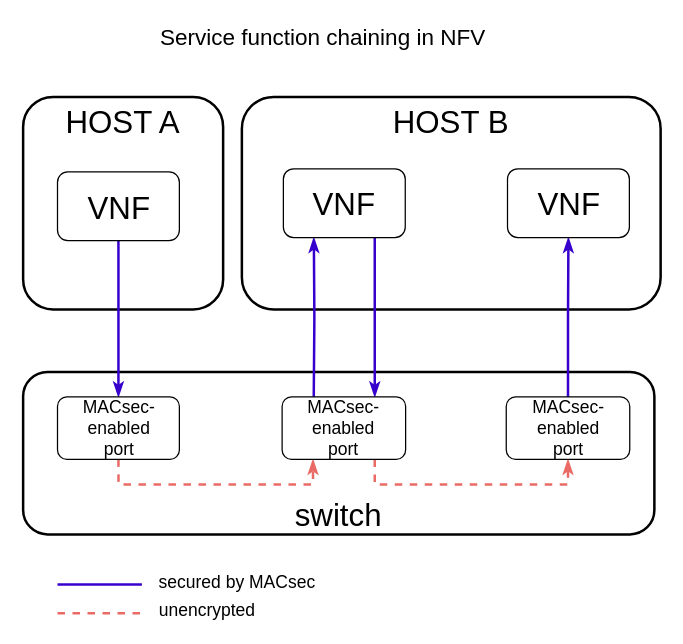
Above: drawio/maser_article_use_case.drawio in ignaziopedone/drawio (draw.io), before the change. Source tidied: cells renumbered, new cells numbered last; positions are measured from the earlier drawing's top-left corner, leaving out a move shared by most shapes. Both pictures are drawn from the tidied source at 125%, with x=0, y=0 at pixel (22, 21).
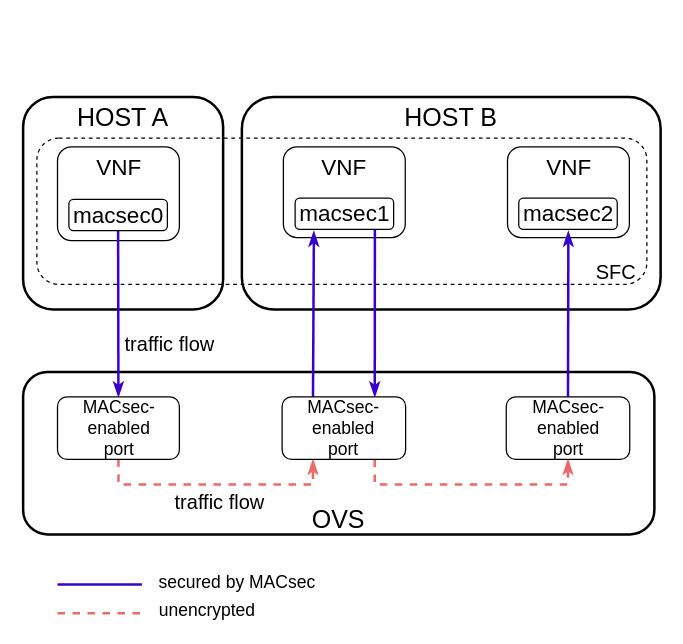
Above is the later version.

Unchanged cells that the change refers to:
```xml
<mxCell id="10" value="MACsec-enabled&lt;br&gt;port" style="rounded=1;whiteSpace=wrap;html=1;fontSize=14;flipH=1;" parent="1" vertex="1">
  <mxGeometry x="27.5" y="300" width="97.5" height="50" as="geometry" />
</mxCell>
<mxCell id="15" value="MACsec-enabled&lt;br&gt;port" style="rounded=1;whiteSpace=wrap;html=1;fontSize=14;flipH=1;" parent="1" vertex="1">
  <mxGeometry x="207.2" y="300" width="98.8" height="50" as="geometry" />
</mxCell>
<mxCell id="17" value="MACsec-enabled&lt;br&gt;port" style="rounded=1;whiteSpace=wrap;html=1;fontSize=14;flipH=1;" parent="1" vertex="1">
  <mxGeometry x="386.5" y="300" width="98.8" height="50" as="geometry" />
</mxCell>
```

Change to the diagram source:
```diff
@@
+    <mxCell id="7" value="VNF" style="rounded=1;whiteSpace=wrap;html=1;fontSize=18;verticalAlign=top;" parent="1" vertex="1">
+      <mxGeometry x="27.5" y="100" width="97.5" height="75" as="geometry" />
+    </mxCell>
+    <mxCell id="14" value="VNF" style="rounded=1;whiteSpace=wrap;html=1;fontSize=18;verticalAlign=top;" parent="1" vertex="1">
+      <mxGeometry x="208.2" y="100" width="97.5" height="72.5" as="geometry" />
+    </mxCell>
+    <mxCell id="16" value="VNF" style="rounded=1;whiteSpace=wrap;html=1;fontSize=18;verticalAlign=top;" parent="1" vertex="1">
+      <mxGeometry x="387.5" y="100" width="97.5" height="72.5" as="geometry" />
+    </mxCell>
-    <mxCell id="2" value="HOST B" style="rounded=1;whiteSpace=wrap;html=1;fontSize=25;strokeWidth=2;spacing=0;spacingBottom=0;fillColor=none;verticalAlign=top;" parent="1" vertex="1">
+    <mxCell id="2" value="HOST B" style="rounded=1;whiteSpace=wrap;html=1;fontSize=20;strokeWidth=2;spacing=0;spacingBottom=0;fillColor=none;verticalAlign=top;" parent="1" vertex="1">
       <mxGeometry x="175" y="60" width="335" height="170" as="geometry" />
     </mxCell>
-    <mxCell id="3" value="HOST A" style="rounded=1;whiteSpace=wrap;html=1;fontSize=25;strokeWidth=2;spacing=0;spacingBottom=0;fillColor=none;verticalAlign=top;" parent="1" vertex="1">
+    <mxCell id="3" value="HOST A" style="rounded=1;whiteSpace=wrap;html=1;fontSize=20;strokeWidth=2;spacing=0;spacingBottom=0;fillColor=none;verticalAlign=top;" parent="1" vertex="1">
       <mxGeometry y="60" width="160" height="170" as="geometry" />
     </mxCell>
-    <mxCell id="4" value="switch" style="rounded=1;whiteSpace=wrap;html=1;fontSize=25;strokeWidth=2;spacing=0;spacingBottom=0;verticalAlign=bottom;" parent="1" vertex="1">
+    <mxCell id="4" value="OVS" style="rounded=1;whiteSpace=wrap;html=1;fontSize=20;strokeWidth=2;spacing=0;spacingBottom=0;verticalAlign=bottom;" parent="1" vertex="1">
       <mxGeometry y="280" width="505" height="130" as="geometry" />
     </mxCell>
-    <mxCell id="5" style="edgeStyle=orthogonalEdgeStyle;rounded=0;jettySize=auto;html=1;exitX=0.75;exitY=1;exitDx=0;exitDy=0;entryX=0.75;entryY=0;entryDx=0;entryDy=0;startArrow=none;startFill=0;endArrow=classicThin;endFill=1;strokeColor=#3700CC;strokeWidth=2;fontSize=14;fillColor=#6a00ff;" parent="1" edge="1" source="14" target="15">
-      <mxGeometry relative="1" as="geometry" />
+    <mxCell id="5" style="rounded=0;jettySize=auto;html=1;exitX=0.75;exitY=1;exitDx=0;exitDy=0;startArrow=none;startFill=0;endArrow=classicThin;endFill=1;strokeColor=#3700CC;strokeWidth=2;fontSize=14;fillColor=#6a00ff;entryX=0.75;entryY=0;entryDx=0;entryDy=0;" parent="1" edge="1" target="15">
+      <mxGeometry relative="1" as="geometry">
+        <mxPoint x="281.4" y="166.5" as="sourcePoint" />
+      </mxGeometry>
     </mxCell>
-    <mxCell id="6" style="edgeStyle=orthogonalEdgeStyle;rounded=0;jettySize=auto;html=1;exitX=0.5;exitY=1;exitDx=0;exitDy=0;entryX=0.5;entryY=0;entryDx=0;entryDy=0;startArrow=none;startFill=0;endArrow=classicThin;endFill=1;strokeColor=#3700CC;strokeWidth=2;fontSize=14;fillColor=#6a00ff;" parent="1" edge="1" source="7" target="10">
+    <mxCell id="6" style="rounded=0;jettySize=auto;html=1;exitX=0.5;exitY=1;exitDx=0;exitDy=0;entryX=0.5;entryY=0;entryDx=0;entryDy=0;startArrow=none;startFill=0;endArrow=classicThin;endFill=1;strokeColor=#3700CC;strokeWidth=2;fontSize=14;fillColor=#6a00ff;" parent="1" edge="1" source="22" target="10">
       <mxGeometry relative="1" as="geometry" />
     </mxCell>
-    <mxCell id="7" value="VNF" style="rounded=1;whiteSpace=wrap;html=1;fontSize=25;" parent="1" vertex="1">
-      <mxGeometry x="27.5" y="120" width="97.5" height="55" as="geometry" />
-    </mxCell>
-    <mxCell id="8" value="Service function chaining in NFV" style="text;html=1;align=left;verticalAlign=top;spacingTop=-4;fontSize=18;" parent="1" vertex="1">
-      <mxGeometry x="107.5" width="280" height="20" as="geometry" />
-    </mxCell>
@@
-    <mxCell id="11" style="edgeStyle=orthogonalEdgeStyle;rounded=0;jettySize=auto;html=1;exitX=0.25;exitY=0;exitDx=0;exitDy=0;entryX=0.25;entryY=1;entryDx=0;entryDy=0;startArrow=none;startFill=0;endArrow=classicThin;endFill=1;strokeColor=#3700CC;strokeWidth=2;fontSize=14;fillColor=#6a00ff;" parent="1" edge="1" target="14">
+    <mxCell id="11" style="rounded=0;jettySize=auto;html=1;exitX=0.25;exitY=0;exitDx=0;exitDy=0;entryX=0.25;entryY=1;entryDx=0;entryDy=0;startArrow=none;startFill=0;endArrow=classicThin;endFill=1;strokeColor=#3700CC;strokeWidth=2;fontSize=14;fillColor=#6a00ff;" parent="1" edge="1" source="15">
       <mxGeometry relative="1" as="geometry">
-        <mxPoint x="232.5" y="300" as="sourcePoint" />
+        <mxPoint x="232.6" y="167.5" as="targetPoint" />
       </mxGeometry>
     </mxCell>
@@
-    <mxCell id="13" style="edgeStyle=orthogonalEdgeStyle;rounded=0;jettySize=auto;html=1;exitX=0.5;exitY=0;exitDx=0;exitDy=0;entryX=0.5;entryY=1;entryDx=0;entryDy=0;startArrow=none;startFill=0;endArrow=classicThin;endFill=1;strokeColor=#3700CC;strokeWidth=2;fontSize=14;fillColor=#6a00ff;" parent="1" edge="1" source="17" target="16">
-      <mxGeometry relative="1" as="geometry" />
+    <mxCell id="13" style="rounded=0;jettySize=auto;html=1;exitX=0.5;exitY=0;exitDx=0;exitDy=0;entryX=0.5;entryY=1;entryDx=0;entryDy=0;startArrow=none;startFill=0;endArrow=classicThin;endFill=1;strokeColor=#3700CC;strokeWidth=2;fontSize=14;fillColor=#6a00ff;" parent="1" edge="1" source="17">
+      <mxGeometry relative="1" as="geometry">
+        <mxPoint x="436.2" y="167.5" as="targetPoint" />
+      </mxGeometry>
     </mxCell>
-    <mxCell id="14" value="VNF" style="rounded=1;whiteSpace=wrap;html=1;fontSize=25;" parent="1" vertex="1">
-      <mxGeometry x="208.2" y="117.5" width="97.5" height="55" as="geometry" />
-    </mxCell>
@@
-    <mxCell id="16" value="VNF" style="rounded=1;whiteSpace=wrap;html=1;fontSize=25;" parent="1" vertex="1">
-      <mxGeometry x="387.5" y="117.5" width="97.5" height="55" as="geometry" />
-    </mxCell>
@@
+    <mxCell id="22" value="macsec0" style="rounded=1;whiteSpace=wrap;html=1;fontSize=18;align=center;" parent="1" vertex="1">
+      <mxGeometry x="36.6" y="142" width="78.8" height="25" as="geometry" />
+    </mxCell>
+    <mxCell id="23" value="macsec1" style="rounded=1;whiteSpace=wrap;html=1;fontSize=18;align=center;" parent="1" vertex="1">
+      <mxGeometry x="217.6" y="141" width="78.8" height="25" as="geometry" />
+    </mxCell>
+    <mxCell id="24" value="macsec2" style="rounded=1;whiteSpace=wrap;html=1;fontSize=18;align=center;" parent="1" vertex="1">
+      <mxGeometry x="396.5" y="141" width="78.8" height="25" as="geometry" />
+    </mxCell>
+    <mxCell id="25" value="traffic flow" style="text;html=1;align=center;verticalAlign=middle;fontSize=16;" parent="1" vertex="1">
+      <mxGeometry x="72" y="248" width="90" height="20" as="geometry" />
+    </mxCell>
+    <mxCell id="26" value="traffic flow" style="text;html=1;align=center;verticalAlign=middle;fontSize=16;" parent="1" vertex="1">
+      <mxGeometry x="112" y="374" width="90" height="20" as="geometry" />
+    </mxCell>
+    <mxCell id="27" value="SFC" style="text;html=1;align=center;verticalAlign=middle;fontSize=16;" parent="1" vertex="1">
+      <mxGeometry x="449" y="190" width="50" height="20" as="geometry" />
+    </mxCell>
+    <mxCell id="28" style="rounded=1;whiteSpace=wrap;html=1;fontSize=16;align=center;fillColor=none;dashed=1;" parent="1" vertex="1">
+      <mxGeometry x="11" y="93" width="488" height="117" as="geometry" />
+    </mxCell>
```
